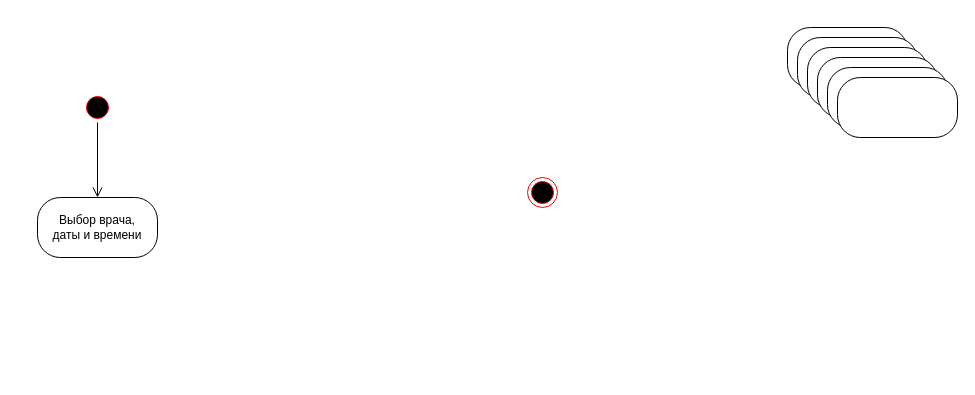
Before: acms6_1.drawio in v-tempe/draw.io, a draw.io diagram. Source tidied: cells renumbered, new cells numbered last; positions are measured from the earlier drawing's top-left corner, leaving out a move shared by most shapes. Both pictures are drawn from the tidied source at 100%, with x=0, y=0 at pixel (37, 27).
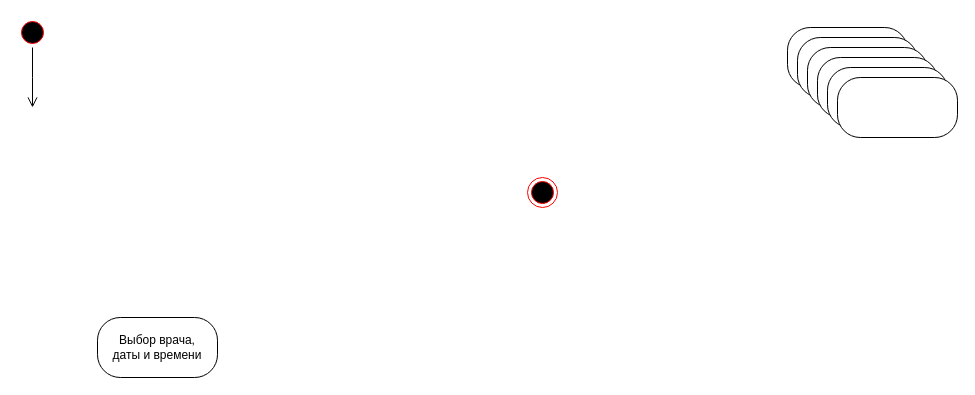
Above is the later version.

Diff of the diagram source:
```diff
@@
 <mxGraphModel>
   <root>
     <mxCell id="0" />
     <mxCell id="1" parent="0" />
     <mxCell id="2" style="ellipse;html=1;shape=startState;fillColor=#000000;strokeColor=#ff0000;" parent="1" vertex="1">
-      <mxGeometry x="45" y="65" width="30" height="30" as="geometry" />
+      <mxGeometry x="-20" y="-10" width="30" height="30" as="geometry" />
     </mxCell>
-    <mxCell id="3" style="edgeStyle=orthogonalEdgeStyle;html=1;verticalAlign=bottom;endArrow=open;endSize=8;strokeColor=#000000;rounded=0;entryX=0.5;entryY=0;entryDx=0;entryDy=0;" parent="1" edge="1" source="2" target="8">
-      <mxGeometry relative="1" as="geometry" />
+    <mxCell id="3" style="edgeStyle=orthogonalEdgeStyle;html=1;verticalAlign=bottom;endArrow=open;endSize=8;strokeColor=#000000;rounded=0;" parent="1" edge="1" source="2">
+      <mxGeometry relative="1" as="geometry">
+        <mxPoint x="-5" y="80" as="targetPoint" />
+      </mxGeometry>
     </mxCell>
     <mxCell id="4" style="ellipse;html=1;shape=endState;fillColor=#000000;strokeColor=#ff0000;" parent="1" vertex="1">
       <mxGeometry x="490" y="150" width="30" height="30" as="geometry" />
     </mxCell>
     <mxCell id="5" style="rounded=1;whiteSpace=wrap;html=1;arcSize=38;" parent="1" vertex="1">
       <mxGeometry x="750" width="120" height="60" as="geometry" />
     </mxCell>
     <mxCell id="6" style="rounded=1;whiteSpace=wrap;html=1;arcSize=38;" parent="1" vertex="1">
       <mxGeometry x="760" y="10" width="120" height="60" as="geometry" />
     </mxCell>
     <mxCell id="7" style="rounded=1;whiteSpace=wrap;html=1;arcSize=38;" parent="1" vertex="1">
       <mxGeometry x="770" y="20" width="120" height="60" as="geometry" />
     </mxCell>
     <mxCell id="8" value="Выбор врача,&lt;div&gt;даты и времени&lt;/div&gt;" style="rounded=1;whiteSpace=wrap;html=1;arcSize=38;" parent="1" vertex="1">
-      <mxGeometry y="170" width="120" height="60" as="geometry" />
+      <mxGeometry x="60" y="290" width="120" height="60" as="geometry" />
     </mxCell>
     <mxCell id="9" style="rounded=1;whiteSpace=wrap;html=1;arcSize=38;" parent="1" vertex="1">
       <mxGeometry x="780" y="30" width="120" height="60" as="geometry" />
     </mxCell>
     <mxCell id="10" style="rounded=1;whiteSpace=wrap;html=1;arcSize=38;" parent="1" vertex="1">
       <mxGeometry x="790" y="40" width="120" height="60" as="geometry" />
     </mxCell>
     <mxCell id="11" style="rounded=1;whiteSpace=wrap;html=1;arcSize=38;" parent="1" vertex="1">
       <mxGeometry x="800" y="50" width="120" height="60" as="geometry" />
     </mxCell>
   </root>
 </mxGraphModel>
```
